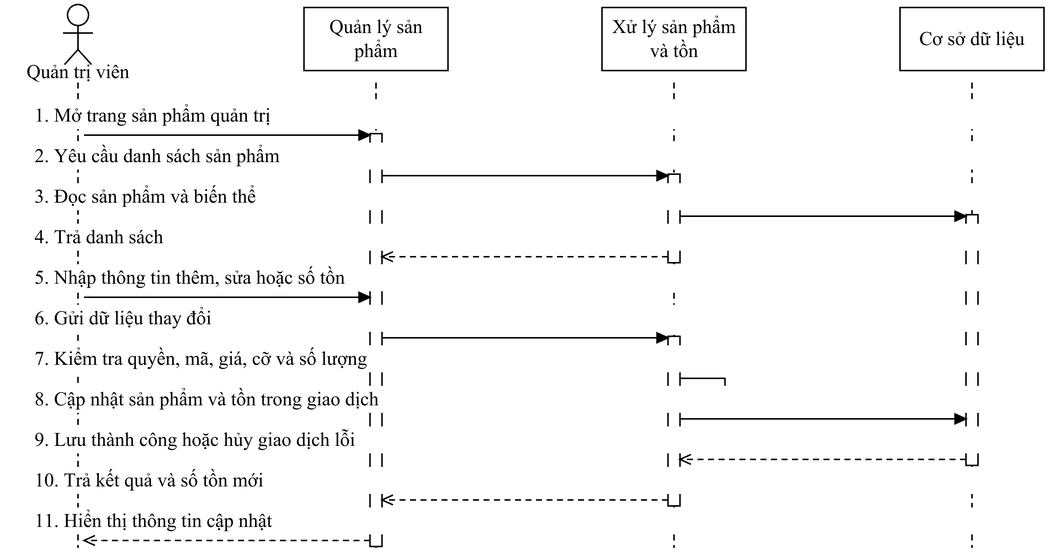
Above: docs/do-an-LSOUL/So-do-LSOUL-rut-gon/anh-png/SEQ-19.png in Loccao102/BanHang (draw.io), before the change. Source tidied: cells renumbered, new cells last; positions are measured from the earlier drawing's top-left corner, leaving out a move shared by most shapes.
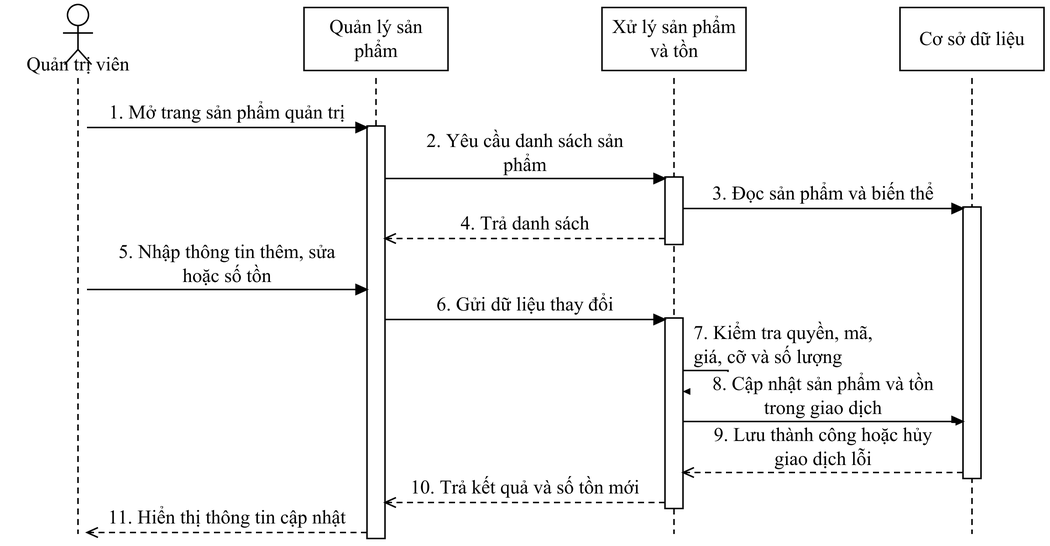
After the commit.

Diff of the diagram source:
```diff
@@ -4,141 +4,141 @@
     <mxCell id="1" parent="0" />
     <mxCell id="2" style="fontFamily=Times New Roman;fontSize=13;fontColor=#000000;strokeColor=#000000;strokeWidth=1;fillColor=#FFFFFF;shadow=0;rounded=0;html=0;whiteSpace=wrap;spacing=5;endArrow=none;endFill=1;startArrow=none;dashed=1;dashPattern=4 3;" parent="1" edge="1">
       <mxGeometry relative="1" as="geometry">
-        <mxPoint x="48" y="52" as="sourcePoint" />
-        <mxPoint x="48" y="362" as="targetPoint" />
+        <mxPoint x="48" y="49" as="sourcePoint" />
+        <mxPoint x="48" y="353" as="targetPoint" />
       </mxGeometry>
     </mxCell>
     <mxCell id="3" style="fontFamily=Times New Roman;fontSize=13;fontColor=#000000;strokeColor=#000000;strokeWidth=1;fillColor=#FFFFFF;shadow=0;rounded=0;html=0;whiteSpace=wrap;spacing=5;endArrow=none;endFill=1;startArrow=none;dashed=1;dashPattern=4 3;" parent="1" edge="1">
       <mxGeometry relative="1" as="geometry">
-        <mxPoint x="246.7" y="52" as="sourcePoint" />
-        <mxPoint x="246.7" y="362" as="targetPoint" />
+        <mxPoint x="246.7" y="49" as="sourcePoint" />
+        <mxPoint x="246.7" y="353" as="targetPoint" />
       </mxGeometry>
     </mxCell>
     <mxCell id="4" style="fontFamily=Times New Roman;fontSize=13;fontColor=#000000;strokeColor=#000000;strokeWidth=1;fillColor=#FFFFFF;shadow=0;rounded=0;html=0;whiteSpace=wrap;spacing=5;endArrow=none;endFill=1;startArrow=none;dashed=1;dashPattern=4 3;" parent="1" edge="1">
       <mxGeometry relative="1" as="geometry">
-        <mxPoint x="445.3" y="52" as="sourcePoint" />
-        <mxPoint x="445.3" y="362" as="targetPoint" />
+        <mxPoint x="445.3" y="49" as="sourcePoint" />
+        <mxPoint x="445.3" y="353" as="targetPoint" />
       </mxGeometry>
     </mxCell>
     <mxCell id="5" style="fontFamily=Times New Roman;fontSize=13;fontColor=#000000;strokeColor=#000000;strokeWidth=1;fillColor=#FFFFFF;shadow=0;rounded=0;html=0;whiteSpace=wrap;spacing=5;endArrow=none;endFill=1;startArrow=none;dashed=1;dashPattern=4 3;" parent="1" edge="1">
       <mxGeometry relative="1" as="geometry">
-        <mxPoint x="644" y="52" as="sourcePoint" />
-        <mxPoint x="644" y="362" as="targetPoint" />
+        <mxPoint x="644" y="49" as="sourcePoint" />
+        <mxPoint x="644" y="353" as="targetPoint" />
       </mxGeometry>
     </mxCell>
     <mxCell id="6" style="fontFamily=Times New Roman;fontSize=13;fontColor=#000000;strokeColor=#000000;strokeWidth=1;fillColor=#FFFFFF;shadow=0;rounded=0;html=0;whiteSpace=wrap;spacing=5;align=center;verticalAlign=middle;" parent="1" vertex="1">
-      <mxGeometry x="441.3" y="113" width="8" height="59" as="geometry" />
+      <mxGeometry x="439.3" y="115" width="12" height="45" as="geometry" />
     </mxCell>
     <mxCell id="7" style="fontFamily=Times New Roman;fontSize=13;fontColor=#000000;strokeColor=#000000;strokeWidth=1;fillColor=#FFFFFF;shadow=0;rounded=0;html=0;whiteSpace=wrap;spacing=5;align=center;verticalAlign=middle;" parent="1" vertex="1">
-      <mxGeometry x="640" y="140" width="8" height="167" as="geometry" />
+      <mxGeometry x="638" y="135" width="12" height="181" as="geometry" />
     </mxCell>
     <mxCell id="8" style="fontFamily=Times New Roman;fontSize=13;fontColor=#000000;strokeColor=#000000;strokeWidth=1;fillColor=#FFFFFF;shadow=0;rounded=0;html=0;whiteSpace=wrap;spacing=5;align=center;verticalAlign=middle;" parent="1" vertex="1">
-      <mxGeometry x="441.3" y="221" width="8" height="113" as="geometry" />
+      <mxGeometry x="439.3" y="209" width="12" height="127" as="geometry" />
     </mxCell>
     <mxCell id="9" style="fontFamily=Times New Roman;fontSize=13;fontColor=#000000;strokeColor=#000000;strokeWidth=1;fillColor=#FFFFFF;shadow=0;rounded=0;html=0;whiteSpace=wrap;spacing=5;align=center;verticalAlign=middle;" parent="1" vertex="1">
-      <mxGeometry x="242.7" y="86" width="8" height="275" as="geometry" />
+      <mxGeometry x="240.7" y="81" width="12" height="275" as="geometry" />
     </mxCell>
-    <mxCell id="10" value="1. Mở trang sản phẩm quản trị" style="fontFamily=Times New Roman;fontSize=13;fontColor=#000000;strokeColor=#000000;strokeWidth=1;fillColor=#FFFFFF;shadow=0;rounded=0;html=0;whiteSpace=wrap;spacing=5;text;strokeColor=none;fillColor=none;align=left;verticalAlign=middle;fillColor=#FFFFFF;" parent="1" vertex="1">
-      <mxGeometry x="14" y="65" width="664" height="18" as="geometry" />
+    <mxCell id="10" value="1. Mở trang sản phẩm quản trị" style="fontFamily=Times New Roman;fontSize=13;fontColor=#000000;strokeColor=#000000;strokeWidth=1;fillColor=#FFFFFF;shadow=0;rounded=0;html=0;whiteSpace=wrap;spacing=5;text;strokeColor=none;fillColor=none;align=center;verticalAlign=middle;fillColor=#FFFFFF;" parent="1" vertex="1">
+      <mxGeometry x="59" y="63" width="176.7" height="18" as="geometry" />
     </mxCell>
     <mxCell id="11" style="fontFamily=Times New Roman;fontSize=13;fontColor=#000000;strokeColor=#000000;strokeWidth=1;fillColor=#FFFFFF;shadow=0;rounded=0;html=0;whiteSpace=wrap;spacing=5;endArrow=block;endFill=1;startArrow=none;" parent="1" edge="1">
       <mxGeometry relative="1" as="geometry">
-        <mxPoint x="52" y="87" as="sourcePoint" />
-        <mxPoint x="242.7" y="87" as="targetPoint" />
+        <mxPoint x="54" y="82" as="sourcePoint" />
+        <mxPoint x="240.7" y="82" as="targetPoint" />
       </mxGeometry>
     </mxCell>
-    <mxCell id="12" value="2. Yêu cầu danh sách sản phẩm" style="fontFamily=Times New Roman;fontSize=13;fontColor=#000000;strokeColor=#000000;strokeWidth=1;fillColor=#FFFFFF;shadow=0;rounded=0;html=0;whiteSpace=wrap;spacing=5;text;strokeColor=none;fillColor=none;align=left;verticalAlign=middle;fillColor=#FFFFFF;" parent="1" vertex="1">
-      <mxGeometry x="14" y="92" width="664" height="18" as="geometry" />
+    <mxCell id="12" value="2. Yêu cầu danh sách sản&#10;phẩm" style="fontFamily=Times New Roman;fontSize=13;fontColor=#000000;strokeColor=#000000;strokeWidth=1;fillColor=#FFFFFF;shadow=0;rounded=0;html=0;whiteSpace=wrap;spacing=5;text;strokeColor=none;fillColor=none;align=center;verticalAlign=middle;fillColor=#FFFFFF;" parent="1" vertex="1">
+      <mxGeometry x="257.7" y="83" width="176.7" height="32" as="geometry" />
     </mxCell>
     <mxCell id="13" style="fontFamily=Times New Roman;fontSize=13;fontColor=#000000;strokeColor=#000000;strokeWidth=1;fillColor=#FFFFFF;shadow=0;rounded=0;html=0;whiteSpace=wrap;spacing=5;endArrow=block;endFill=1;startArrow=none;" parent="1" edge="1">
       <mxGeometry relative="1" as="geometry">
-        <mxPoint x="250.7" y="114" as="sourcePoint" />
-        <mxPoint x="441.3" y="114" as="targetPoint" />
+        <mxPoint x="252.7" y="116" as="sourcePoint" />
+        <mxPoint x="439.3" y="116" as="targetPoint" />
       </mxGeometry>
     </mxCell>
-    <mxCell id="14" value="3. Đọc sản phẩm và biến thể" style="fontFamily=Times New Roman;fontSize=13;fontColor=#000000;strokeColor=#000000;strokeWidth=1;fillColor=#FFFFFF;shadow=0;rounded=0;html=0;whiteSpace=wrap;spacing=5;text;strokeColor=none;fillColor=none;align=left;verticalAlign=middle;fillColor=#FFFFFF;" parent="1" vertex="1">
-      <mxGeometry x="14" y="119" width="664" height="18" as="geometry" />
+    <mxCell id="14" value="3. Đọc sản phẩm và biến thể" style="fontFamily=Times New Roman;fontSize=13;fontColor=#000000;strokeColor=#000000;strokeWidth=1;fillColor=#FFFFFF;shadow=0;rounded=0;html=0;whiteSpace=wrap;spacing=5;text;strokeColor=none;fillColor=none;align=center;verticalAlign=middle;fillColor=#FFFFFF;" parent="1" vertex="1">
+      <mxGeometry x="456.3" y="117" width="176.7" height="18" as="geometry" />
     </mxCell>
     <mxCell id="15" style="fontFamily=Times New Roman;fontSize=13;fontColor=#000000;strokeColor=#000000;strokeWidth=1;fillColor=#FFFFFF;shadow=0;rounded=0;html=0;whiteSpace=wrap;spacing=5;endArrow=block;endFill=1;startArrow=none;" parent="1" edge="1">
       <mxGeometry relative="1" as="geometry">
-        <mxPoint x="449.3" y="141" as="sourcePoint" />
-        <mxPoint x="640" y="141" as="targetPoint" />
+        <mxPoint x="451.3" y="136" as="sourcePoint" />
+        <mxPoint x="638" y="136" as="targetPoint" />
       </mxGeometry>
     </mxCell>
-    <mxCell id="16" value="4. Trả danh sách" style="fontFamily=Times New Roman;fontSize=13;fontColor=#000000;strokeColor=#000000;strokeWidth=1;fillColor=#FFFFFF;shadow=0;rounded=0;html=0;whiteSpace=wrap;spacing=5;text;strokeColor=none;fillColor=none;align=left;verticalAlign=middle;fillColor=#FFFFFF;" parent="1" vertex="1">
-      <mxGeometry x="14" y="146" width="664" height="18" as="geometry" />
+    <mxCell id="16" value="4. Trả danh sách" style="fontFamily=Times New Roman;fontSize=13;fontColor=#000000;strokeColor=#000000;strokeWidth=1;fillColor=#FFFFFF;shadow=0;rounded=0;html=0;whiteSpace=wrap;spacing=5;text;strokeColor=none;fillColor=none;align=center;verticalAlign=middle;fillColor=#FFFFFF;" parent="1" vertex="1">
+      <mxGeometry x="257.7" y="137" width="176.7" height="18" as="geometry" />
     </mxCell>
     <mxCell id="17" style="fontFamily=Times New Roman;fontSize=13;fontColor=#000000;strokeColor=#000000;strokeWidth=1;fillColor=#FFFFFF;shadow=0;rounded=0;html=0;whiteSpace=wrap;spacing=5;endArrow=open;endFill=1;startArrow=none;dashed=1;dashPattern=4 3;" parent="1" edge="1">
       <mxGeometry relative="1" as="geometry">
-        <mxPoint x="441.3" y="168" as="sourcePoint" />
-        <mxPoint x="250.7" y="168" as="targetPoint" />
+        <mxPoint x="439.3" y="156" as="sourcePoint" />
+        <mxPoint x="252.7" y="156" as="targetPoint" />
       </mxGeometry>
     </mxCell>
-    <mxCell id="18" value="5. Nhập thông tin thêm, sửa hoặc số tồn" style="fontFamily=Times New Roman;fontSize=13;fontColor=#000000;strokeColor=#000000;strokeWidth=1;fillColor=#FFFFFF;shadow=0;rounded=0;html=0;whiteSpace=wrap;spacing=5;text;strokeColor=none;fillColor=none;align=left;verticalAlign=middle;fillColor=#FFFFFF;" parent="1" vertex="1">
-      <mxGeometry x="14" y="173" width="664" height="18" as="geometry" />
+    <mxCell id="18" value="5. Nhập thông tin thêm, sửa&#10;hoặc số tồn" style="fontFamily=Times New Roman;fontSize=13;fontColor=#000000;strokeColor=#000000;strokeWidth=1;fillColor=#FFFFFF;shadow=0;rounded=0;html=0;whiteSpace=wrap;spacing=5;text;strokeColor=none;fillColor=none;align=center;verticalAlign=middle;fillColor=#FFFFFF;" parent="1" vertex="1">
+      <mxGeometry x="59" y="157" width="176.7" height="32" as="geometry" />
     </mxCell>
     <mxCell id="19" style="fontFamily=Times New Roman;fontSize=13;fontColor=#000000;strokeColor=#000000;strokeWidth=1;fillColor=#FFFFFF;shadow=0;rounded=0;html=0;whiteSpace=wrap;spacing=5;endArrow=block;endFill=1;startArrow=none;" parent="1" edge="1">
       <mxGeometry relative="1" as="geometry">
-        <mxPoint x="52" y="195" as="sourcePoint" />
-        <mxPoint x="242.7" y="195" as="targetPoint" />
+        <mxPoint x="54" y="190" as="sourcePoint" />
+        <mxPoint x="240.7" y="190" as="targetPoint" />
       </mxGeometry>
     </mxCell>
-    <mxCell id="20" value="6. Gửi dữ liệu thay đổi" style="fontFamily=Times New Roman;fontSize=13;fontColor=#000000;strokeColor=#000000;strokeWidth=1;fillColor=#FFFFFF;shadow=0;rounded=0;html=0;whiteSpace=wrap;spacing=5;text;strokeColor=none;fillColor=none;align=left;verticalAlign=middle;fillColor=#FFFFFF;" parent="1" vertex="1">
-      <mxGeometry x="14" y="200" width="664" height="18" as="geometry" />
+    <mxCell id="20" value="6. Gửi dữ liệu thay đổi" style="fontFamily=Times New Roman;fontSize=13;fontColor=#000000;strokeColor=#000000;strokeWidth=1;fillColor=#FFFFFF;shadow=0;rounded=0;html=0;whiteSpace=wrap;spacing=5;text;strokeColor=none;fillColor=none;align=center;verticalAlign=middle;fillColor=#FFFFFF;" parent="1" vertex="1">
+      <mxGeometry x="257.7" y="191" width="176.7" height="18" as="geometry" />
     </mxCell>
     <mxCell id="21" style="fontFamily=Times New Roman;fontSize=13;fontColor=#000000;strokeColor=#000000;strokeWidth=1;fillColor=#FFFFFF;shadow=0;rounded=0;html=0;whiteSpace=wrap;spacing=5;endArrow=block;endFill=1;startArrow=none;" parent="1" edge="1">
       <mxGeometry relative="1" as="geometry">
-        <mxPoint x="250.7" y="222" as="sourcePoint" />
-        <mxPoint x="441.3" y="222" as="targetPoint" />
+        <mxPoint x="252.7" y="210" as="sourcePoint" />
+        <mxPoint x="439.3" y="210" as="targetPoint" />
       </mxGeometry>
     </mxCell>
-    <mxCell id="22" value="7. Kiểm tra quyền, mã, giá, cỡ và số lượng" style="fontFamily=Times New Roman;fontSize=13;fontColor=#000000;strokeColor=#000000;strokeWidth=1;fillColor=#FFFFFF;shadow=0;rounded=0;html=0;whiteSpace=wrap;spacing=5;text;strokeColor=none;fillColor=none;align=left;verticalAlign=middle;fillColor=#FFFFFF;" parent="1" vertex="1">
-      <mxGeometry x="14" y="227" width="664" height="18" as="geometry" />
+    <mxCell id="22" value="7. Kiểm tra quyền, mã,&#10;giá, cỡ và số lượng" style="fontFamily=Times New Roman;fontSize=13;fontColor=#000000;strokeColor=#000000;strokeWidth=1;fillColor=#FFFFFF;shadow=0;rounded=0;html=0;whiteSpace=wrap;spacing=5;text;strokeColor=none;fillColor=none;align=left;verticalAlign=middle;fillColor=#FFFFFF;" parent="1" vertex="1">
+      <mxGeometry x="453.3" y="211" width="136" height="32" as="geometry" />
     </mxCell>
     <mxCell id="23" style="fontFamily=Times New Roman;fontSize=13;fontColor=#000000;strokeColor=#000000;strokeWidth=1;fillColor=#FFFFFF;shadow=0;rounded=0;html=0;whiteSpace=wrap;spacing=5;endArrow=block;endFill=1;startArrow=none;" parent="1" edge="1">
       <mxGeometry relative="1" as="geometry">
-        <mxPoint x="449.3" y="249" as="sourcePoint" />
-        <mxPoint x="450.3" y="261" as="targetPoint" />
+        <mxPoint x="451.3" y="244" as="sourcePoint" />
+        <mxPoint x="452.3" y="258" as="targetPoint" />
         <Array as="points">
-          <mxPoint x="479.3" y="249" />
-          <mxPoint x="479.3" y="261" />
+          <mxPoint x="481.3" y="244" />
+          <mxPoint x="481.3" y="258" />
         </Array>
       </mxGeometry>
     </mxCell>
-    <mxCell id="24" value="8. Cập nhật sản phẩm và tồn trong giao dịch" style="fontFamily=Times New Roman;fontSize=13;fontColor=#000000;strokeColor=#000000;strokeWidth=1;fillColor=#FFFFFF;shadow=0;rounded=0;html=0;whiteSpace=wrap;spacing=5;text;strokeColor=none;fillColor=none;align=left;verticalAlign=middle;fillColor=#FFFFFF;" parent="1" vertex="1">
-      <mxGeometry x="14" y="254" width="664" height="18" as="geometry" />
+    <mxCell id="24" value="8. Cập nhật sản phẩm và tồn&#10;trong giao dịch" style="fontFamily=Times New Roman;fontSize=13;fontColor=#000000;strokeColor=#000000;strokeWidth=1;fillColor=#FFFFFF;shadow=0;rounded=0;html=0;whiteSpace=wrap;spacing=5;text;strokeColor=none;fillColor=none;align=center;verticalAlign=middle;fillColor=#FFFFFF;" parent="1" vertex="1">
+      <mxGeometry x="456.3" y="245" width="176.7" height="32" as="geometry" />
     </mxCell>
     <mxCell id="25" style="fontFamily=Times New Roman;fontSize=13;fontColor=#000000;strokeColor=#000000;strokeWidth=1;fillColor=#FFFFFF;shadow=0;rounded=0;html=0;whiteSpace=wrap;spacing=5;endArrow=block;endFill=1;startArrow=none;" parent="1" edge="1">
       <mxGeometry relative="1" as="geometry">
-        <mxPoint x="449.3" y="276" as="sourcePoint" />
-        <mxPoint x="640" y="276" as="targetPoint" />
+        <mxPoint x="451.3" y="278" as="sourcePoint" />
+        <mxPoint x="638" y="278" as="targetPoint" />
       </mxGeometry>
     </mxCell>
-    <mxCell id="26" value="9. Lưu thành công hoặc hủy giao dịch lỗi" style="fontFamily=Times New Roman;fontSize=13;fontColor=#000000;strokeColor=#000000;strokeWidth=1;fillColor=#FFFFFF;shadow=0;rounded=0;html=0;whiteSpace=wrap;spacing=5;text;strokeColor=none;fillColor=none;align=left;verticalAlign=middle;fillColor=#FFFFFF;" parent="1" vertex="1">
-      <mxGeometry x="14" y="281" width="664" height="18" as="geometry" />
+    <mxCell id="26" value="9. Lưu thành công hoặc hủy&#10;giao dịch lỗi" style="fontFamily=Times New Roman;fontSize=13;fontColor=#000000;strokeColor=#000000;strokeWidth=1;fillColor=#FFFFFF;shadow=0;rounded=0;html=0;whiteSpace=wrap;spacing=5;text;strokeColor=none;fillColor=none;align=center;verticalAlign=middle;fillColor=#FFFFFF;" parent="1" vertex="1">
+      <mxGeometry x="456.3" y="279" width="176.7" height="32" as="geometry" />
     </mxCell>
     <mxCell id="27" style="fontFamily=Times New Roman;fontSize=13;fontColor=#000000;strokeColor=#000000;strokeWidth=1;fillColor=#FFFFFF;shadow=0;rounded=0;html=0;whiteSpace=wrap;spacing=5;endArrow=open;endFill=1;startArrow=none;dashed=1;dashPattern=4 3;" parent="1" edge="1">
       <mxGeometry relative="1" as="geometry">
-        <mxPoint x="640" y="303" as="sourcePoint" />
-        <mxPoint x="449.3" y="303" as="targetPoint" />
+        <mxPoint x="638" y="312" as="sourcePoint" />
+        <mxPoint x="451.3" y="312" as="targetPoint" />
       </mxGeometry>
     </mxCell>
-    <mxCell id="28" value="10. Trả kết quả và số tồn mới" style="fontFamily=Times New Roman;fontSize=13;fontColor=#000000;strokeColor=#000000;strokeWidth=1;fillColor=#FFFFFF;shadow=0;rounded=0;html=0;whiteSpace=wrap;spacing=5;text;strokeColor=none;fillColor=none;align=left;verticalAlign=middle;fillColor=#FFFFFF;" parent="1" vertex="1">
-      <mxGeometry x="14" y="308" width="664" height="18" as="geometry" />
+    <mxCell id="28" value="10. Trả kết quả và số tồn mới" style="fontFamily=Times New Roman;fontSize=13;fontColor=#000000;strokeColor=#000000;strokeWidth=1;fillColor=#FFFFFF;shadow=0;rounded=0;html=0;whiteSpace=wrap;spacing=5;text;strokeColor=none;fillColor=none;align=center;verticalAlign=middle;fillColor=#FFFFFF;" parent="1" vertex="1">
+      <mxGeometry x="257.7" y="313" width="176.7" height="18" as="geometry" />
     </mxCell>
     <mxCell id="29" style="fontFamily=Times New Roman;fontSize=13;fontColor=#000000;strokeColor=#000000;strokeWidth=1;fillColor=#FFFFFF;shadow=0;rounded=0;html=0;whiteSpace=wrap;spacing=5;endArrow=open;endFill=1;startArrow=none;dashed=1;dashPattern=4 3;" parent="1" edge="1">
       <mxGeometry relative="1" as="geometry">
-        <mxPoint x="441.3" y="330" as="sourcePoint" />
-        <mxPoint x="250.7" y="330" as="targetPoint" />
+        <mxPoint x="439.3" y="332" as="sourcePoint" />
+        <mxPoint x="252.7" y="332" as="targetPoint" />
       </mxGeometry>
     </mxCell>
-    <mxCell id="30" value="11. Hiển thị thông tin cập nhật" style="fontFamily=Times New Roman;fontSize=13;fontColor=#000000;strokeColor=#000000;strokeWidth=1;fillColor=#FFFFFF;shadow=0;rounded=0;html=0;whiteSpace=wrap;spacing=5;text;strokeColor=none;fillColor=none;align=left;verticalAlign=middle;fillColor=#FFFFFF;" parent="1" vertex="1">
-      <mxGeometry x="14" y="335" width="664" height="18" as="geometry" />
+    <mxCell id="30" value="11. Hiển thị thông tin cập nhật" style="fontFamily=Times New Roman;fontSize=13;fontColor=#000000;strokeColor=#000000;strokeWidth=1;fillColor=#FFFFFF;shadow=0;rounded=0;html=0;whiteSpace=wrap;spacing=5;text;strokeColor=none;fillColor=none;align=center;verticalAlign=middle;fillColor=#FFFFFF;" parent="1" vertex="1">
+      <mxGeometry x="59" y="333" width="176.7" height="18" as="geometry" />
     </mxCell>
     <mxCell id="31" style="fontFamily=Times New Roman;fontSize=13;fontColor=#000000;strokeColor=#000000;strokeWidth=1;fillColor=#FFFFFF;shadow=0;rounded=0;html=0;whiteSpace=wrap;spacing=5;endArrow=open;endFill=1;startArrow=none;dashed=1;dashPattern=4 3;" parent="1" edge="1">
       <mxGeometry relative="1" as="geometry">
-        <mxPoint x="242.7" y="357" as="sourcePoint" />
-        <mxPoint x="52" y="357" as="targetPoint" />
+        <mxPoint x="240.7" y="352" as="sourcePoint" />
+        <mxPoint x="54" y="352" as="targetPoint" />
       </mxGeometry>
     </mxCell>
     <mxCell id="32" style="fontFamily=Times New Roman;fontSize=13;fontColor=#000000;strokeColor=#000000;strokeWidth=1;fillColor=#FFFFFF;shadow=0;rounded=0;html=0;whiteSpace=wrap;spacing=5;ellipse;perimeter=ellipsePerimeter;align=center;verticalAlign=middle;" parent="1" vertex="1">
@@ -169,7 +169,7 @@
       </mxGeometry>
     </mxCell>
     <mxCell id="37" value="Quản trị viên" style="fontFamily=Times New Roman;fontSize=13;fontColor=#000000;strokeColor=#000000;strokeWidth=1;fillColor=#FFFFFF;shadow=0;rounded=0;html=0;whiteSpace=wrap;spacing=5;text;strokeColor=none;fillColor=none;align=center;verticalAlign=middle;" parent="1" vertex="1">
-      <mxGeometry y="37" width="96" height="16" as="geometry" />
+      <mxGeometry y="32" width="96" height="16" as="geometry" />
     </mxCell>
     <mxCell id="38" value="Quản lý sản phẩm" style="fontFamily=Times New Roman;fontSize=13;fontColor=#000000;strokeColor=#000000;strokeWidth=1;fillColor=#FFFFFF;shadow=0;rounded=0;html=0;whiteSpace=wrap;spacing=5;align=center;verticalAlign=middle;" parent="1" vertex="1">
       <mxGeometry x="198.7" y="2" width="96" height="42" as="geometry" />
```
